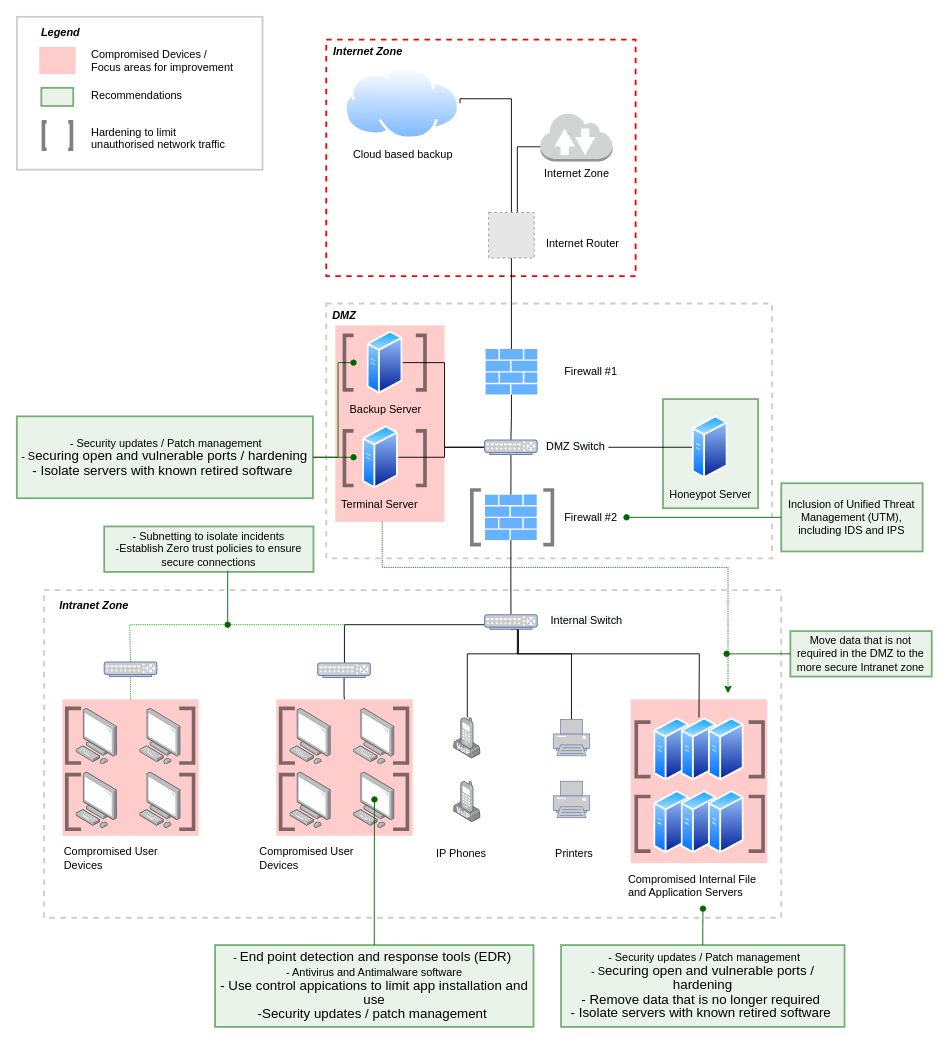
This is Case Study_network.drawio from Jeenix/info-sec, a draw.io file, before an edit. Source tidied: cells renumbered, new cells numbered last; positions are measured from the earlier drawing's top-left corner, leaving out a move shared by most shapes. Both pictures are drawn from the tidied source at 91%, with x=0, y=0 at pixel (16, 16). Pictures stored in the file or linked from it are replaced by grey dashed boxes.
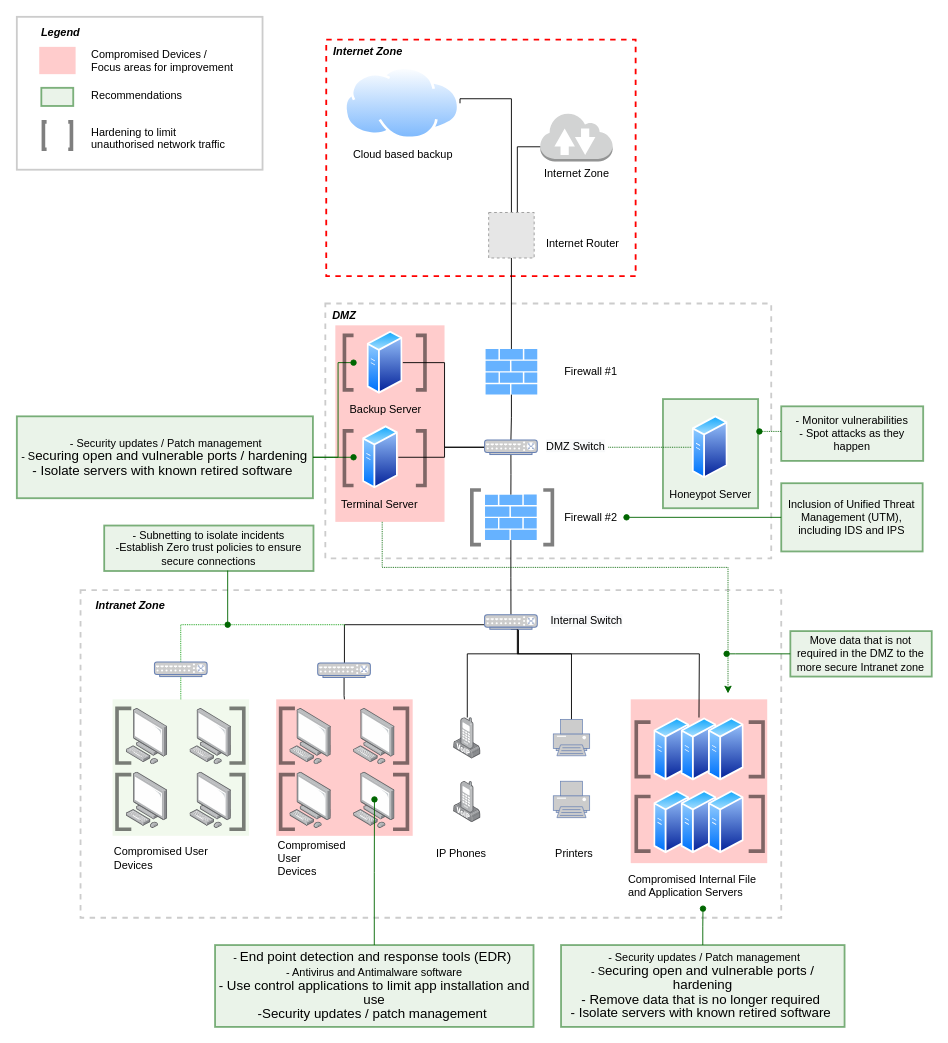
After the change.

Unchanged cells that the change refers to:
```xml
<mxCell id="50" value="&lt;span style=&quot;font-family: &amp;#34;helvetica&amp;#34; ; font-size: 12px ; font-style: normal ; font-weight: 400 ; letter-spacing: normal ; text-indent: 0px ; text-transform: none ; word-spacing: 0px ; background-color: rgb(248 , 249 , 250) ; display: inline ; float: none&quot;&gt;DMZ Switch&lt;/span&gt;" style="text;whiteSpace=wrap;html=1;align=left;" parent="1" vertex="1">
  <mxGeometry x="580" y="458" width="70" height="30" as="geometry" />
</mxCell>
<mxCell id="75" value="Honeypot Server" style="perimeter=ellipsePerimeter;html=1;align=center;shadow=0;dashed=0;spacingTop=3;image;image=img/lib/active_directory/generic_server.svg;fillColor=#3399FF;labelBackgroundColor=none;" parent="1" vertex="1">
  <mxGeometry x="742.3" y="438" width="39.2" height="70" as="geometry" />
</mxCell>
```

Diff of the diagram source:
```diff
@@
     <mxCell id="2" style="whiteSpace=wrap;html=1;fillColor=none;dashed=1;strokeColor=#CCCCCC;strokeWidth=2;" parent="1" vertex="1">
-      <mxGeometry x="30" y="630" width="810" height="360" as="geometry" />
+      <mxGeometry x="70" y="630" width="770" height="360" as="geometry" />
     </mxCell>
@@
     <mxCell id="5" style="whiteSpace=wrap;html=1;fillColor=none;dashed=1;strokeColor=#CCCCCC;strokeWidth=2;" parent="1" vertex="1">
-      <mxGeometry x="340" y="315" width="490" height="280" as="geometry" />
+      <mxGeometry x="339" y="315" width="490" height="280" as="geometry" />
     </mxCell>
@@
     <mxCell id="33" style="edgeStyle=orthogonalEdgeStyle;shape=connector;rounded=0;jettySize=auto;html=1;entryX=0.5;entryY=0;entryDx=0;entryDy=0;entryPerimeter=0;labelBackgroundColor=default;fontFamily=Helvetica;fontSize=11;fontColor=default;endArrow=none;endFill=0;strokeColor=#009900;dashed=1;dashPattern=1 1;" parent="1" edge="1" target="105">
       <mxGeometry relative="1" as="geometry">
         <mxPoint x="360" y="670" as="sourcePoint" />
         <Array as="points">
-          <mxPoint x="124" y="668" />
+          <mxPoint x="360" y="668" />
+          <mxPoint x="180" y="668" />
         </Array>
       </mxGeometry>
     </mxCell>
@@
-    <mxCell id="49" style="edgeStyle=orthogonalEdgeStyle;shape=connector;rounded=0;jettySize=auto;html=1;labelBackgroundColor=default;fontFamily=Helvetica;fontSize=11;fontColor=default;startArrow=none;startFill=0;endArrow=none;endFill=0;strokeColor=default;" parent="1" edge="1" source="50" target="75">
+    <mxCell id="49" style="edgeStyle=orthogonalEdgeStyle;shape=connector;rounded=0;jettySize=auto;html=1;labelBackgroundColor=default;fontFamily=Helvetica;fontSize=11;fontColor=default;startArrow=none;startFill=0;endArrow=none;endFill=0;strokeColor=#006600;dashed=1;dashPattern=1 1;" parent="1" edge="1" source="50" target="75">
       <mxGeometry relative="1" as="geometry" />
     </mxCell>
@@
-    <mxCell id="53" value="Compromised User &lt;br&gt;Devices" style="text;html=1;align=left;verticalAlign=middle;fillColor=none;strokeColor=none;rounded=0;" parent="1" vertex="1">
-      <mxGeometry x="265" y="910" width="120" height="30" as="geometry" />
+    <mxCell id="53" value="Compromised &lt;br&gt;User &lt;br&gt;Devices" style="text;html=1;align=left;verticalAlign=middle;fillColor=none;strokeColor=none;rounded=0;" parent="1" vertex="1">
+      <mxGeometry x="285" y="900" width="90" height="50" as="geometry" />
     </mxCell>
@@
     <mxCell id="57" value="Intranet Zone" style="text;html=1;align=left;verticalAlign=middle;fillColor=none;strokeColor=none;rounded=0;fontStyle=3;" parent="1" vertex="1">
-      <mxGeometry x="45" y="637" width="90" height="20" as="geometry" />
+      <mxGeometry x="84.6" y="637" width="90" height="20" as="geometry" />
     </mxCell>
@@
-    <mxCell id="63" value="-&amp;nbsp;&lt;span style=&quot;font-size: 11.0pt ; line-height: 107% ; font-family: &amp;quot;calibri&amp;quot; , sans-serif&quot;&gt;End&amp;nbsp;point detection and response tools (EDR)&amp;nbsp;&lt;/span&gt;&lt;br&gt;- Antivirus and Antimalware software&lt;span style=&quot;font-size: 11.0pt ; line-height: 107% ; font-family: &amp;quot;calibri&amp;quot; , sans-serif&quot;&gt;&lt;br&gt;- Use control appications to limit app installation and use&lt;br&gt;-Security updates / patch management&amp;nbsp;&lt;br&gt;&lt;/span&gt;" style="whiteSpace=wrap;html=1;labelBackgroundColor=none;labelBorderColor=none;strokeColor=#006600;strokeWidth=2;fillColor=#d5e8d4;opacity=50;align=center;" parent="1" vertex="1">
+    <mxCell id="63" value="-&amp;nbsp;&lt;span style=&quot;font-size: 11.0pt ; line-height: 107% ; font-family: &amp;quot;calibri&amp;quot; , sans-serif&quot;&gt;End&amp;nbsp;point detection and response tools (EDR)&amp;nbsp;&lt;/span&gt;&lt;br&gt;- Antivirus and Antimalware software&lt;span style=&quot;font-size: 11.0pt ; line-height: 107% ; font-family: &amp;quot;calibri&amp;quot; , sans-serif&quot;&gt;&lt;br&gt;- Use control applications to limit app installation and use&lt;br&gt;-Security updates / patch management&amp;nbsp;&lt;br&gt;&lt;/span&gt;" style="whiteSpace=wrap;html=1;labelBackgroundColor=none;labelBorderColor=none;strokeColor=#006600;strokeWidth=2;fillColor=#d5e8d4;opacity=50;align=center;" parent="1" vertex="1">
       <mxGeometry x="217.8" y="1020" width="350" height="90" as="geometry" />
     </mxCell>
@@
     <mxCell id="105" style="fontColor=#0066CC;verticalAlign=top;verticalLabelPosition=bottom;labelPosition=center;align=center;html=1;outlineConnect=0;fillColor=#CCCCCC;strokeColor=#6881B3;gradientColor=none;gradientDirection=north;strokeWidth=2;shape=mxgraph.networks.switch;" parent="1" vertex="1">
-      <mxGeometry x="96" y="709" width="57.9" height="16" as="geometry" />
+      <mxGeometry x="151.2" y="709" width="57.9" height="16" as="geometry" />
     </mxCell>
-    <mxCell id="106" style="group;" parent="1" vertex="1">
-      <mxGeometry x="50" y="750" width="150" height="150" as="geometry" />
-    </mxCell>
+    <mxCell id="118" value="Compromised User &lt;br&gt;Devices" style="text;html=1;align=left;verticalAlign=middle;fillColor=none;strokeColor=none;rounded=0;" parent="1" vertex="1">
+      <mxGeometry x="105.2" y="910" width="120" height="30" as="geometry" />
+    </mxCell>
+    <mxCell id="119" style="edgeStyle=orthogonalEdgeStyle;shape=connector;rounded=0;orthogonalLoop=1;jettySize=auto;html=1;labelBackgroundColor=default;fontFamily=Helvetica;fontSize=11;fontColor=default;startArrow=none;startFill=0;endArrow=oval;endFill=1;strokeColor=#006600;" parent="1" edge="1">
+      <mxGeometry relative="1" as="geometry">
+        <mxPoint x="231.7" y="608" as="sourcePoint" />
+        <mxPoint x="231.7" y="668" as="targetPoint" />
+      </mxGeometry>
+    </mxCell>
+    <mxCell id="120" value="- Subnetting to isolate incidents&lt;br&gt;-Establish Zero trust policies to ensure secure connections" style="whiteSpace=wrap;html=1;labelBackgroundColor=none;labelBorderColor=none;strokeColor=#006600;strokeWidth=2;fillColor=#d5e8d4;opacity=50;align=center;" parent="1" vertex="1">
+      <mxGeometry x="96" y="559" width="230" height="50" as="geometry" />
+    </mxCell>
-    <mxCell id="107" style="whiteSpace=wrap;html=1;dashed=1;strokeColor=none;strokeWidth=4;fillColor=#FF0000;opacity=20;" parent="106" vertex="1">
-      <mxGeometry width="150" height="150" as="geometry" />
+    <mxCell id="107" style="whiteSpace=wrap;html=1;dashed=1;strokeColor=none;strokeWidth=4;fillColor=#B9E0A5;opacity=20;" parent="1" vertex="1">
+      <mxGeometry x="105.2" y="750" width="150" height="150" as="geometry" />
     </mxCell>
-    <mxCell id="108" style="html=1;align=center;shadow=0;dashed=0;image;image=img/lib/allied_telesis/computer_and_terminals/Personal_Computer.svg;fillColor=#3399FF;" parent="106" vertex="1">
-      <mxGeometry x="85" y="10" width="45.6" height="61.8" as="geometry" />
+    <mxCell id="108" style="html=1;align=center;shadow=0;dashed=0;image;image=img/lib/allied_telesis/computer_and_terminals/Personal_Computer.svg;fillColor=#3399FF;" parent="1" vertex="1">
+      <mxGeometry x="190.2" y="760" width="45.6" height="61.8" as="geometry" />
     </mxCell>
-    <mxCell id="109" style="html=1;align=center;shadow=0;dashed=0;image;image=img/lib/allied_telesis/computer_and_terminals/Personal_Computer.svg;fillColor=#3399FF;" parent="106" vertex="1">
-      <mxGeometry x="15" y="10" width="45.6" height="61.8" as="geometry" />
+    <mxCell id="109" style="html=1;align=center;shadow=0;dashed=0;image;image=img/lib/allied_telesis/computer_and_terminals/Personal_Computer.svg;fillColor=#3399FF;" parent="1" vertex="1">
+      <mxGeometry x="120.2" y="760" width="45.6" height="61.8" as="geometry" />
     </mxCell>
-    <mxCell id="110" style="html=1;align=center;shadow=0;dashed=0;image;image=img/lib/allied_telesis/computer_and_terminals/Personal_Computer.svg;fillColor=#3399FF;" parent="106" vertex="1">
-      <mxGeometry x="85" y="80" width="45.6" height="61.8" as="geometry" />
+    <mxCell id="110" style="html=1;align=center;shadow=0;dashed=0;image;image=img/lib/allied_telesis/computer_and_terminals/Personal_Computer.svg;fillColor=#3399FF;" parent="1" vertex="1">
+      <mxGeometry x="190.2" y="830" width="45.6" height="61.8" as="geometry" />
     </mxCell>
-    <mxCell id="111" style="html=1;align=center;shadow=0;dashed=0;image;image=img/lib/allied_telesis/computer_and_terminals/Personal_Computer.svg;fillColor=#3399FF;" parent="106" vertex="1">
-      <mxGeometry x="15" y="80" width="45.6" height="61.8" as="geometry" />
+    <mxCell id="111" style="html=1;align=center;shadow=0;dashed=0;image;image=img/lib/allied_telesis/computer_and_terminals/Personal_Computer.svg;fillColor=#3399FF;" parent="1" vertex="1">
+      <mxGeometry x="120.2" y="830" width="45.6" height="61.8" as="geometry" />
     </mxCell>
-    <mxCell id="112" style="group;" parent="106" vertex="1">
-      <mxGeometry x="4.9" y="35" width="139.3" height="10" as="geometry" />
+    <mxCell id="112" style="group;" parent="1" vertex="1">
+      <mxGeometry x="110.1" y="785" width="139.3" height="10" as="geometry" />
     </mxCell>
@@
-    <mxCell id="115" style="group;" parent="106" vertex="1">
-      <mxGeometry x="4.9" y="107.8" width="139.3" height="10" as="geometry" />
+    <mxCell id="115" style="group;" parent="1" vertex="1">
+      <mxGeometry x="110.1" y="857.8" width="139.3" height="10" as="geometry" />
     </mxCell>
@@
-    <mxCell id="118" value="Compromised User &lt;br&gt;Devices" style="text;html=1;align=left;verticalAlign=middle;fillColor=none;strokeColor=none;rounded=0;" parent="1" vertex="1">
-      <mxGeometry x="50" y="910" width="120" height="30" as="geometry" />
-    </mxCell>
-    <mxCell id="119" style="edgeStyle=orthogonalEdgeStyle;shape=connector;rounded=0;orthogonalLoop=1;jettySize=auto;html=1;labelBackgroundColor=default;fontFamily=Helvetica;fontSize=11;fontColor=default;startArrow=none;startFill=0;endArrow=oval;endFill=1;strokeColor=#006600;" parent="1" edge="1">
-      <mxGeometry relative="1" as="geometry">
-        <mxPoint x="231.7" y="608" as="sourcePoint" />
-        <mxPoint x="231.7" y="668" as="targetPoint" />
-      </mxGeometry>
-    </mxCell>
-    <mxCell id="120" value="- Subnetting to isolate incidents&lt;br&gt;-Establish Zero trust policies to ensure secure connections" style="whiteSpace=wrap;html=1;labelBackgroundColor=none;labelBorderColor=none;strokeColor=#006600;strokeWidth=2;fillColor=#d5e8d4;opacity=50;align=center;" parent="1" vertex="1">
-      <mxGeometry x="96" y="560" width="230" height="50" as="geometry" />
-    </mxCell>
+    <mxCell id="121" style="edgeStyle=orthogonalEdgeStyle;shape=connector;rounded=0;jettySize=auto;html=1;dashed=1;dashPattern=1 1;labelBackgroundColor=default;fontFamily=Helvetica;fontSize=11;fontColor=default;startArrow=none;startFill=0;endArrow=oval;endFill=1;strokeColor=#006600;exitX=-0.002;exitY=0.46;exitDx=0;exitDy=0;exitPerimeter=0;" parent="1" edge="1" source="122">
+      <mxGeometry relative="1" as="geometry">
+        <mxPoint x="816" y="455" as="targetPoint" />
+      </mxGeometry>
+    </mxCell>
+    <mxCell id="122" value="- Monitor vulnerabilities&lt;br&gt;- Spot attacks as they happen" style="whiteSpace=wrap;html=1;labelBackgroundColor=none;labelBorderColor=none;strokeColor=#006600;strokeWidth=2;fillColor=#d5e8d4;opacity=50;align=center;" parent="1" vertex="1">
+      <mxGeometry x="840" y="428" width="156" height="60" as="geometry" />
+    </mxCell>
```
